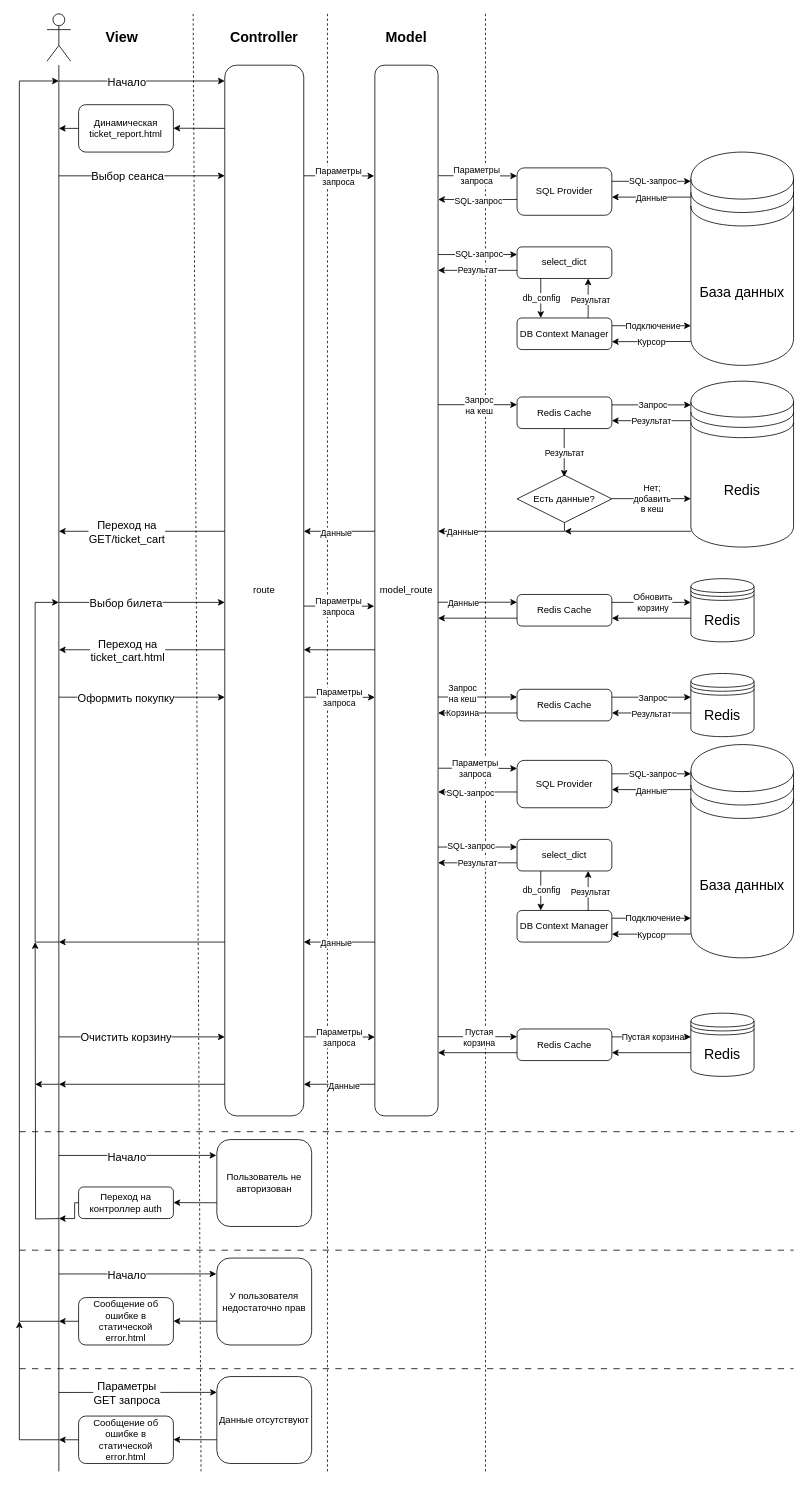
Above: docs/diagrams/cart_view.drawio in gubnik/bmstu-absolute-cinema (draw.io), before the change. Source tidied: cells renumbered, new cells numbered last; positions are measured from the earlier drawing's top-left corner, leaving out a move shared by most shapes. Both pictures are drawn from the tidied source at 79%, with x=0, y=0 at pixel (19, 13).
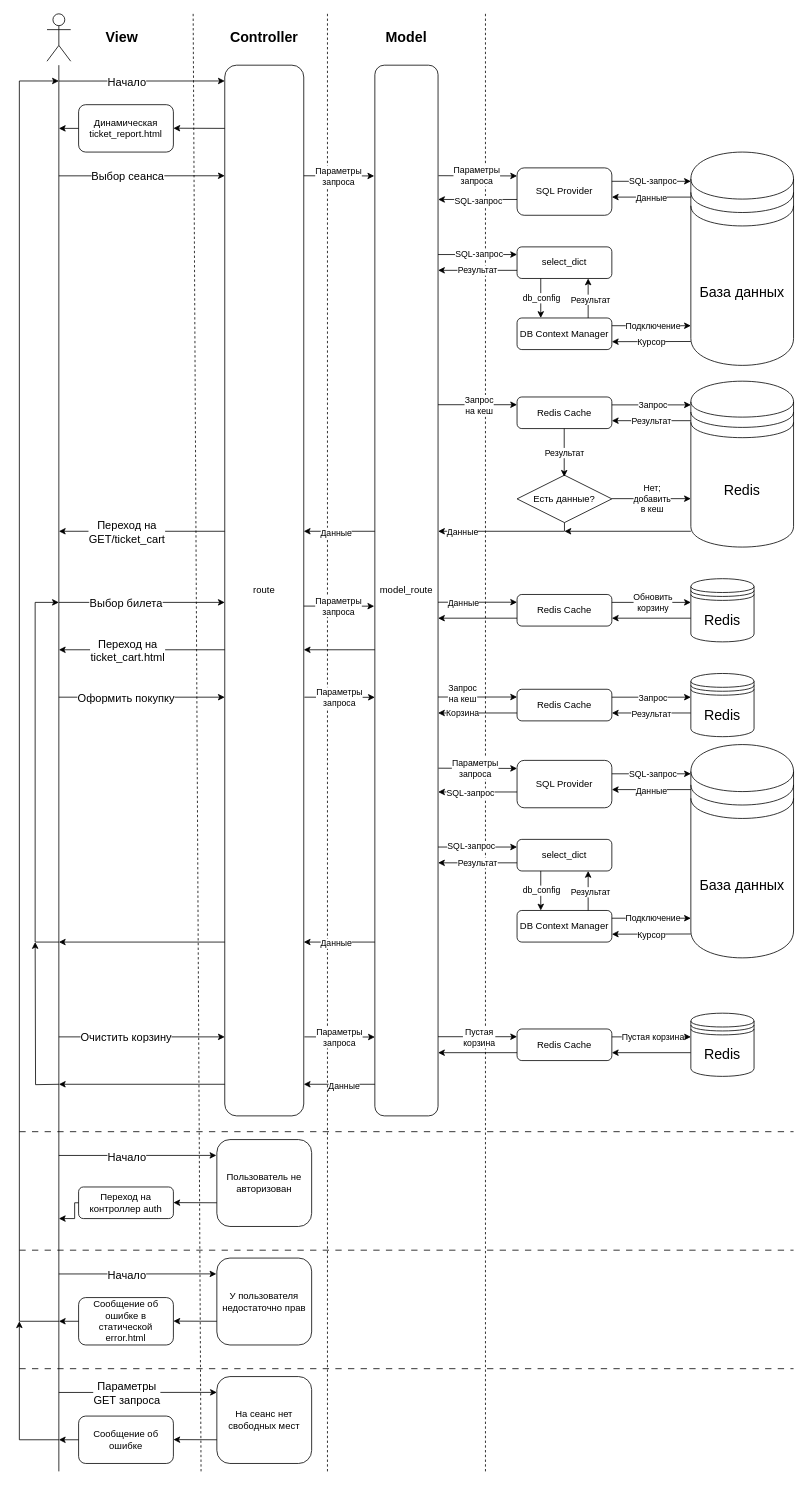
The same page after the edit.

The edit, as a diff of the source:
```diff
@@
-    <mxCell id="62" value="Данные отсутствуют" style="rounded=1;whiteSpace=wrap;html=1;" parent="1" vertex="1">
+    <mxCell id="62" value="На сеанс нет свободных мест" style="rounded=1;whiteSpace=wrap;html=1;" parent="1" vertex="1">
       <mxGeometry x="250" y="1725" width="120" height="110" as="geometry" />
     </mxCell>
-    <mxCell id="63" value="Сообщение об ошибке в статической error.html" style="rounded=1;whiteSpace=wrap;html=1;" parent="1" vertex="1">
+    <mxCell id="63" value="Сообщение об ошибке" style="rounded=1;whiteSpace=wrap;html=1;" parent="1" vertex="1">
       <mxGeometry x="75" y="1775" width="120" height="60" as="geometry" />
     </mxCell>
@@
-    <mxCell id="160" style="endArrow=classic;html=1;rounded=0;edgeStyle=orthogonalEdgeStyle;" parent="1" edge="1">
-      <mxGeometry relative="1" as="geometry">
-        <mxPoint x="50" y="1525" as="sourcePoint" />
-        <mxPoint x="20" y="1175" as="targetPoint" />
-      </mxGeometry>
-    </mxCell>
-    <mxCell id="161" style="endArrow=classic;html=1;rounded=0;" parent="1" edge="1">
-      <mxGeometry relative="1" as="geometry">
-        <mxPoint x="50" y="1355" as="sourcePoint" />
-        <mxPoint x="20" y="1355" as="targetPoint" />
-      </mxGeometry>
-    </mxCell>
+    <mxCell id="162" style="endArrow=classic;html=1;rounded=0;edgeStyle=orthogonalEdgeStyle;" parent="1" edge="1">
+      <mxGeometry relative="1" as="geometry">
+        <mxPoint x="50" y="1355" as="sourcePoint" />
+        <mxPoint x="20" y="1175" as="targetPoint" />
+      </mxGeometry>
+    </mxCell>
```
